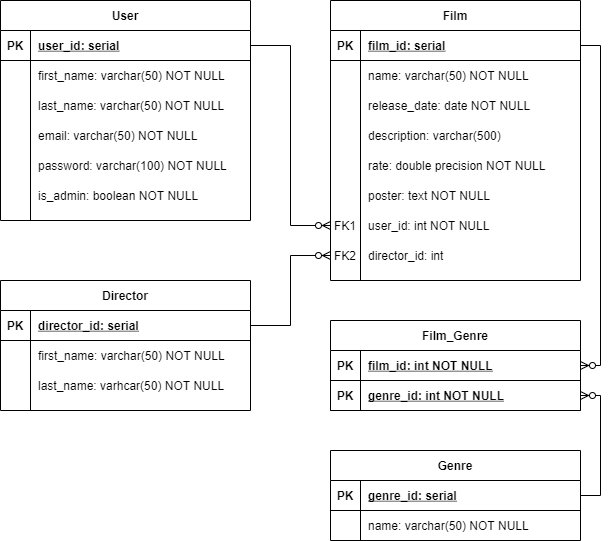
Above: er_diagram/film_er_diagram.png in yuliia-mykhailova/film-api (draw.io), before the change. Source tidied: cells renumbered, new cells last; positions are measured from the earlier drawing's top-left corner, leaving out a move shared by most shapes.
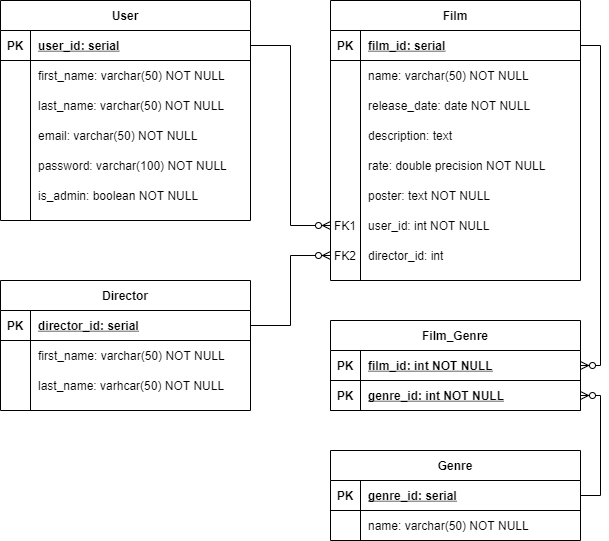
The same diagram one commit later.

Commit message:
Edited data type

What changed in the source:
```diff
@@ -38,7 +38,7 @@
     <mxCell id="13" style="shape=partialRectangle;overflow=hidden;fillColor=none;top=0;left=0;bottom=0;right=0;" parent="12" vertex="1">
       <mxGeometry width="30" height="30" as="geometry" />
     </mxCell>
-    <mxCell id="14" value="description: varchar(500) " style="shape=partialRectangle;overflow=hidden;fillColor=none;top=0;left=0;bottom=0;right=0;align=left;spacingLeft=6;" parent="12" vertex="1">
+    <mxCell id="14" value="description: text " style="shape=partialRectangle;overflow=hidden;fillColor=none;top=0;left=0;bottom=0;right=0;align=left;spacingLeft=6;" parent="12" vertex="1">
       <mxGeometry x="30" width="220" height="30" as="geometry" />
     </mxCell>
     <mxCell id="15" style="shape=partialRectangle;fillColor=none;top=0;left=0;right=0;bottom=0;" parent="2" vertex="1">
```
